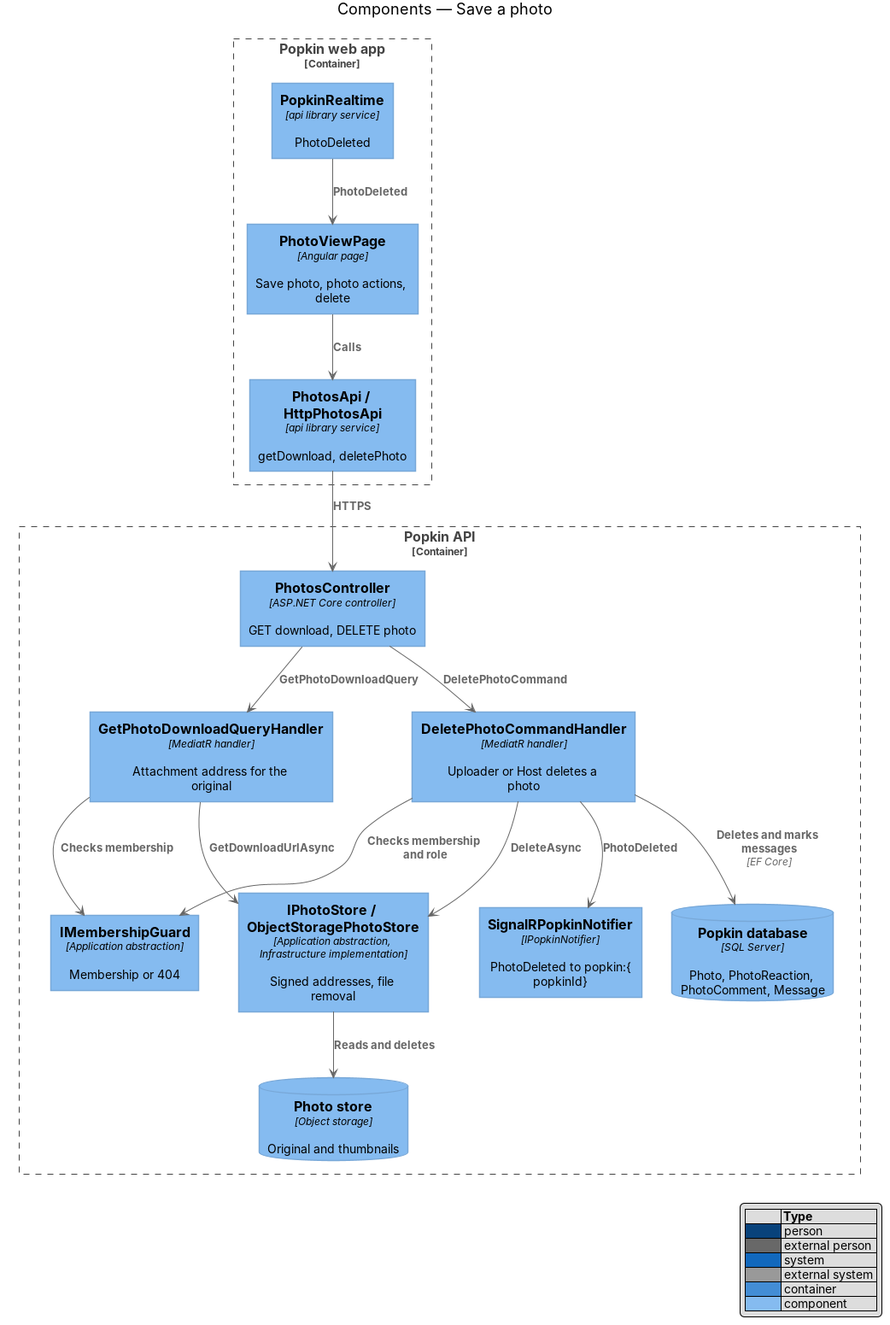
This is docs/detailed-designs/photos/save-photo/diagrams/c4-component.png from QuinntyneBrown/popkin, a PlantUML export, as it was before one commit. Its source is kept beside it as docs/detailed-designs/photos/save-photo/diagrams/c4-component.puml.
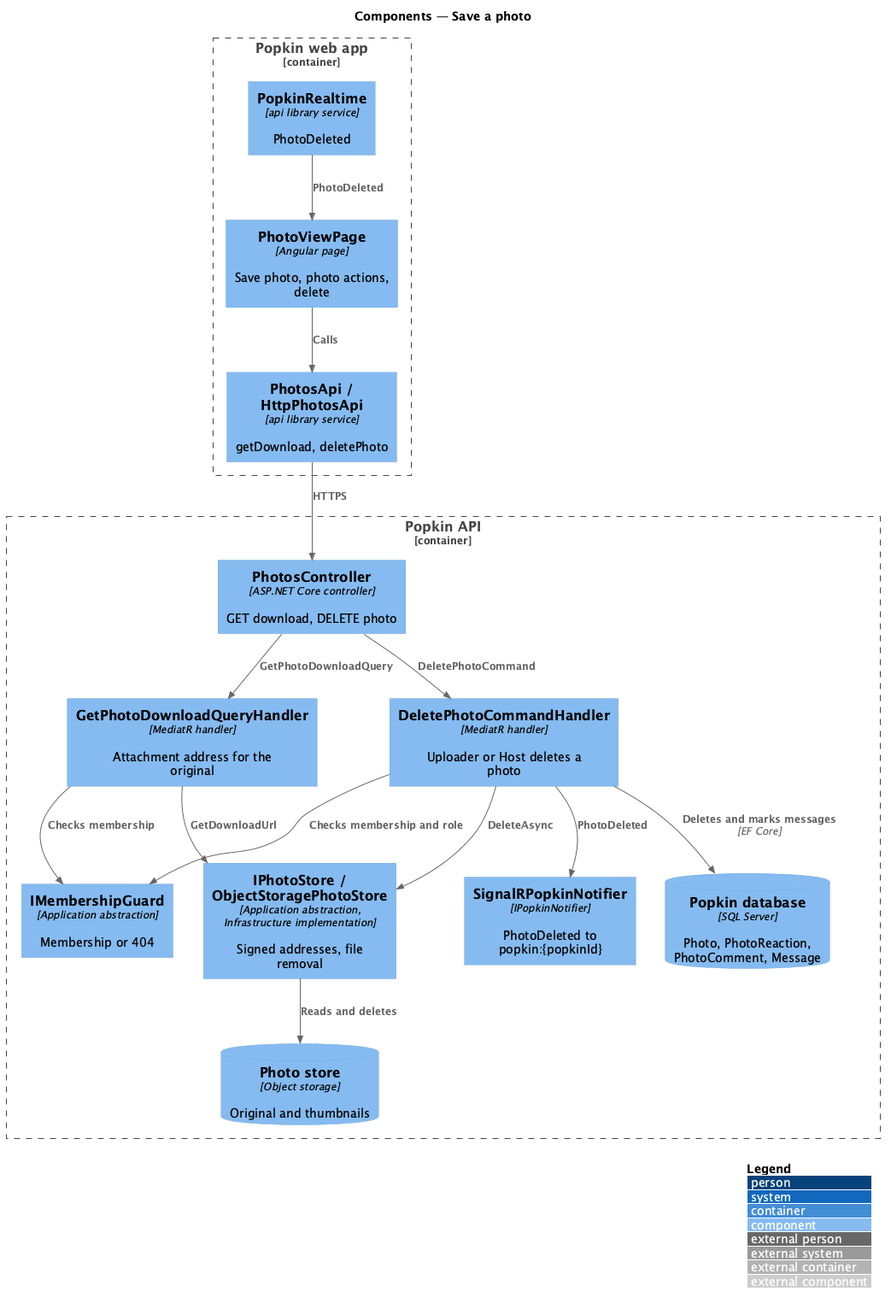
The same file after the commit.

The edit, as a diff of the source:
```diff
@@ -25,7 +25,7 @@
 Rel(ctrl, del, "DeletePhotoCommand")
 Rel(dl, guard, "Checks membership")
 Rel(del, guard, "Checks membership and role")
-Rel(dl, store, "GetDownloadUrlAsync")
+Rel(dl, store, "GetDownloadUrl")
 Rel(del, db, "Deletes and marks messages", "EF Core")
 Rel(del, store, "DeleteAsync")
 Rel(store, files, "Reads and deletes")
```
